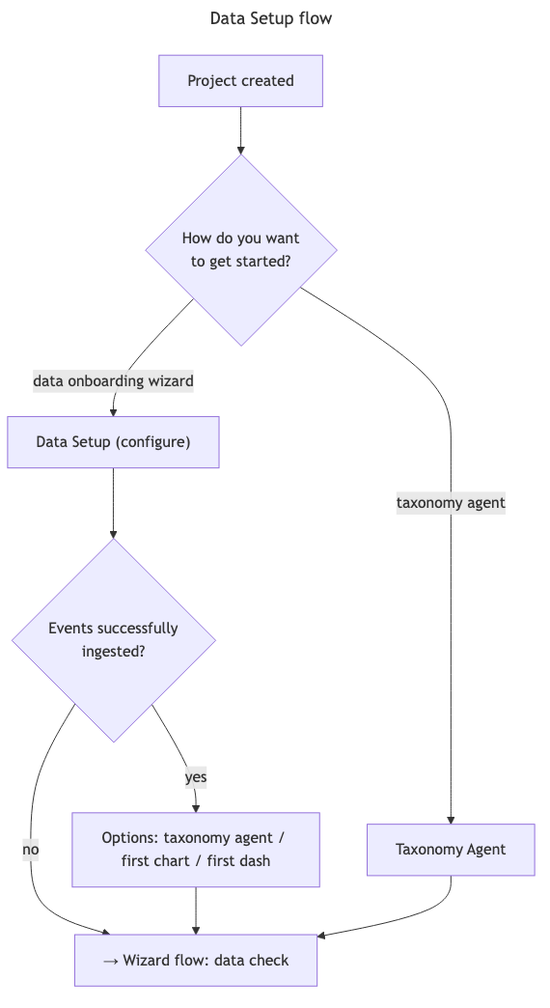
Before: docs/diagrams/data-setup-flow.png, a diagram exported from Mermaid (amplitude/wizard). Its source is kept beside it as docs/diagrams/data-setup-flow.mmd.
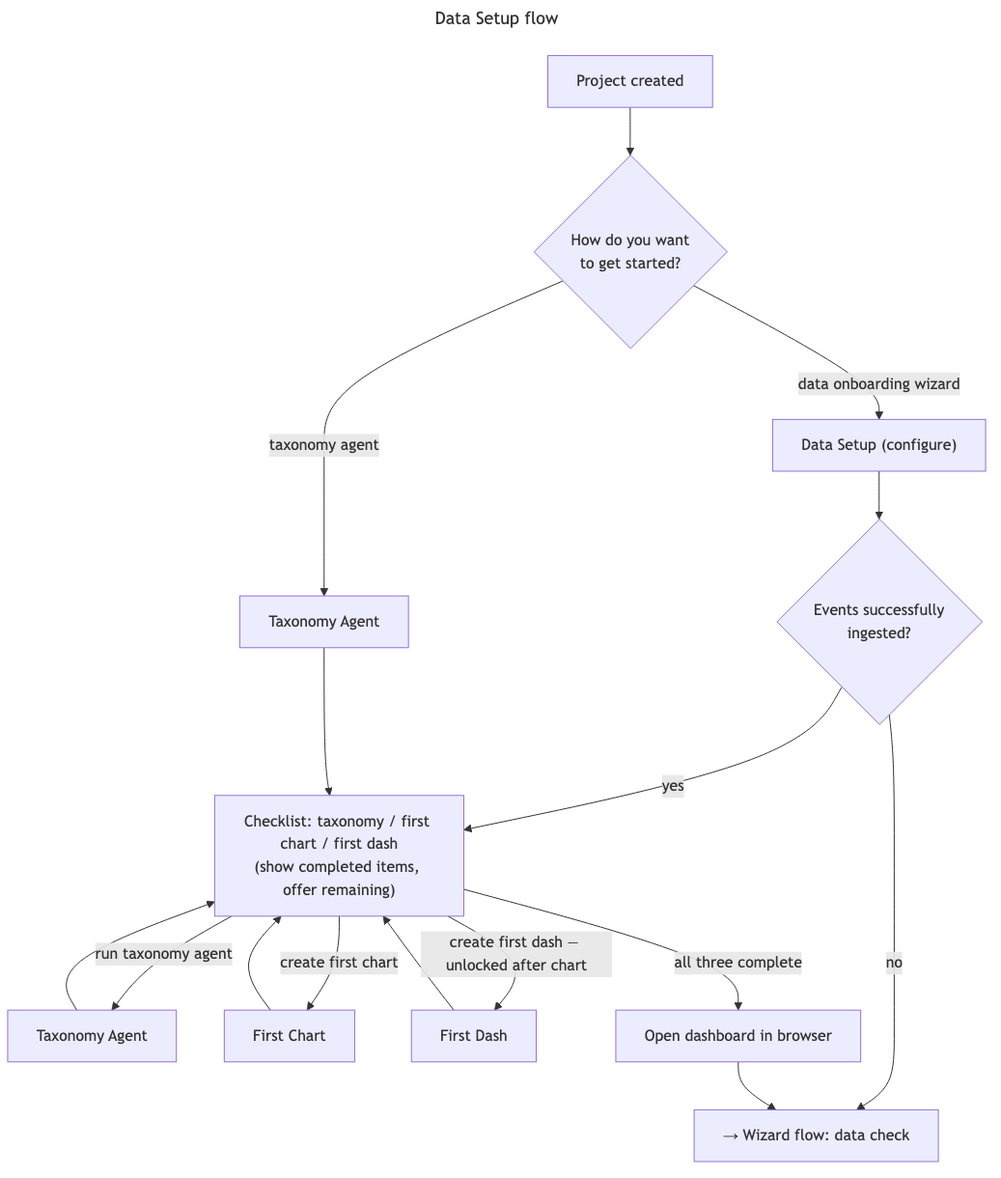
After the change.

What changed in the source:
```diff
@@ -7,7 +7,14 @@
     CHOICE -->|taxonomy agent| TAXONOMY["Taxonomy Agent"]
 
     CONFIGURE --> INGESTED{Events successfully<br/>ingested?}
-    INGESTED -->|yes| POST_INGEST["Options: taxonomy agent / first chart / first dash"]
     INGESTED -->|no| DONE["→ Wizard flow: data check"]
-    POST_INGEST --> DONE
-    TAXONOMY --> DONE
+    INGESTED -->|yes| CHECKLIST
+
+    TAXONOMY --> CHECKLIST
+
+    CHECKLIST["Checklist: taxonomy / first chart / first dash<br/>(show completed items, offer remaining)"]
+    CHECKLIST -->|run taxonomy agent| TAXONOMY_RUN["Taxonomy Agent"] --> CHECKLIST
+    CHECKLIST -->|create first chart| CHART_RUN["First Chart"] --> CHECKLIST
+    CHECKLIST -->|create first dash — unlocked after chart| DASH_RUN["First Dash"] --> CHECKLIST
+    CHECKLIST -->|all three complete| OPEN_SITE["Open dashboard in browser"]
+    OPEN_SITE --> DONE
```
